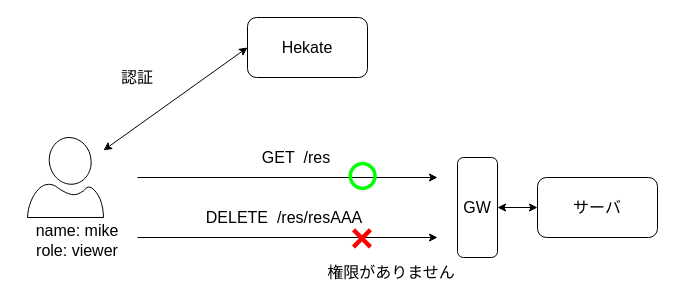
Earlier version of the draw.io diagram docs/assets/access_ctrl_image.drawio (sh-miyoshi/hekate). Source tidied: cells renumbered, new cells numbered last; positions are measured from the earlier drawing's top-left corner, leaving out a move shared by most shapes. Both pictures are drawn from the tidied source at 100%, with x=0, y=0 at pixel (17, 17).
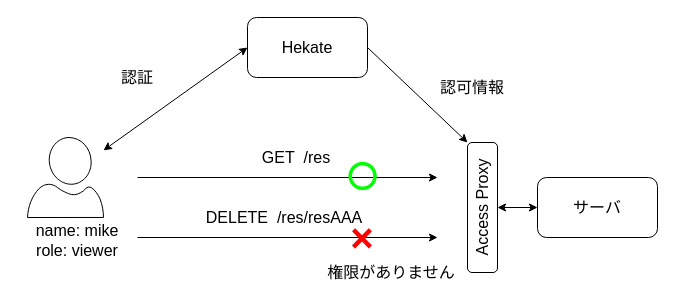
After the change.

Unchanged cells that the change refers to:
```xml
<mxCell id="2" value="サーバ" style="rounded=1;whiteSpace=wrap;html=1;fontSize=16;" parent="1" vertex="1">
  <mxGeometry x="520" y="160" width="120" height="60" as="geometry" />
</mxCell>
<mxCell id="4" value="Hekate" style="rounded=1;whiteSpace=wrap;html=1;fontSize=16;" parent="1" vertex="1">
  <mxGeometry x="230" width="120" height="60" as="geometry" />
</mxCell>
```

Change to the diagram source:
```diff
@@
-    <mxCell id="3" value="GW" style="rounded=1;whiteSpace=wrap;html=1;fontSize=16;" parent="1" vertex="1">
-      <mxGeometry x="440" y="140" width="40" height="100" as="geometry" />
+    <mxCell id="3" value="Access Proxy" style="rounded=1;whiteSpace=wrap;html=1;fontSize=16;rotation=-90;" parent="1" vertex="1">
+      <mxGeometry x="400" y="175" width="130" height="30" as="geometry" />
     </mxCell>
@@
-    <mxCell id="5" style="endArrow=classic;startArrow=classic;html=1;exitX=1;exitY=0.5;exitDx=0;exitDy=0;entryX=0;entryY=0.5;entryDx=0;entryDy=0;" parent="1" edge="1" source="3" target="2">
+    <mxCell id="5" style="endArrow=classic;startArrow=classic;html=1;exitX=0.5;exitY=1;exitDx=0;exitDy=0;entryX=0;entryY=0.5;entryDx=0;entryDy=0;" parent="1" edge="1" source="3" target="2">
       <mxGeometry relative="1" as="geometry" />
     </mxCell>
@@
+    <mxCell id="17" style="endArrow=classic;html=1;fontSize=16;exitX=1;exitY=0.5;exitDx=0;exitDy=0;entryX=1;entryY=0;entryDx=0;entryDy=0;" parent="1" edge="1" source="4" target="3">
+      <mxGeometry relative="1" as="geometry" />
+    </mxCell>
+    <mxCell id="18" value="認可情報" style="text;html=1;strokeColor=none;fillColor=none;align=center;verticalAlign=middle;whiteSpace=wrap;rounded=0;fontSize=16;" parent="1" vertex="1">
+      <mxGeometry x="410" y="60" width="90" height="20" as="geometry" />
+    </mxCell>
```
